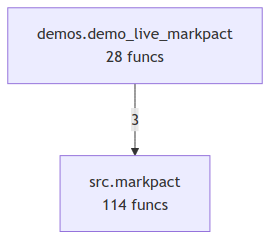
Before: project/compact_flow.png, a diagram exported from Mermaid (markpact/markpact). Its source is kept beside it as project/compact_flow.mmd.
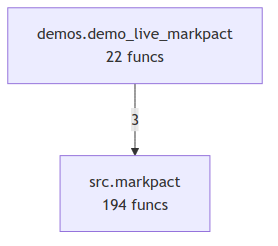
Above is the later version.

The edit, as a diff of the source:
```diff
@@ -1,4 +1,4 @@
 flowchart TD
-    demos_demo_live_markpact["demos.demo_live_markpact<br/>28 funcs"]
-    src_markpact["src.markpact<br/>114 funcs"]
+    demos_demo_live_markpact["demos.demo_live_markpact<br/>22 funcs"]
+    src_markpact["src.markpact<br/>194 funcs"]
     demos_demo_live_markpact -->|3| src_markpact
```
